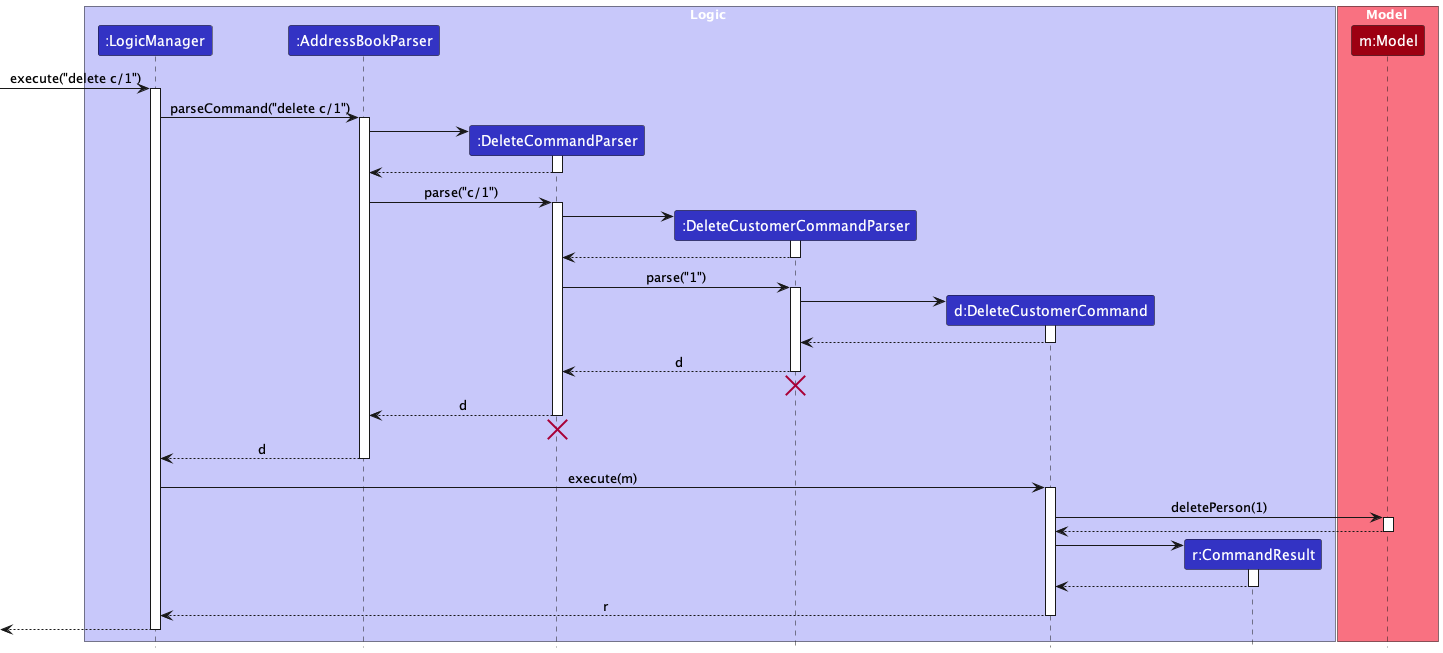
Above: docs/images/DeleteSequenceDiagram.png in bertrandong/tp (PlantUML), before the change.
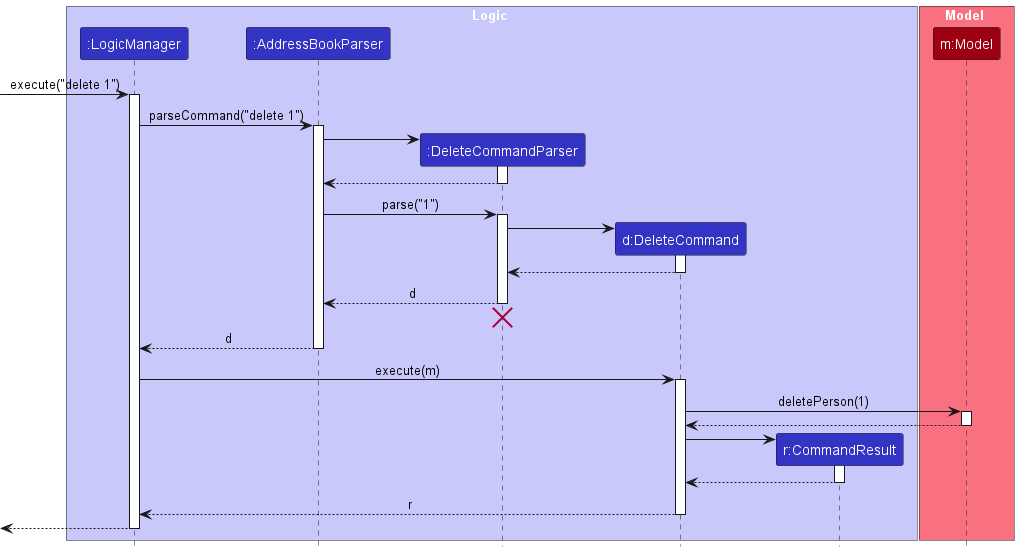
The same diagram one commit later.

Diff of the diagram source:
```diff
@@ -6,8 +6,7 @@
 participant ":LogicManager" as LogicManager LOGIC_COLOR
 participant ":AddressBookParser" as AddressBookParser LOGIC_COLOR
 participant ":DeleteCommandParser" as DeleteCommandParser LOGIC_COLOR
-participant ":DeleteCustomerCommandParser" as DeleteCustomerCommandParser LOGIC_COLOR
-participant "d:DeleteCustomerCommand" as DeleteCustomerCommand LOGIC_COLOR
+participant "d:DeleteCommand" as DeleteCommand LOGIC_COLOR
 participant "r:CommandResult" as CommandResult LOGIC_COLOR
 end box
 
@@ -15,10 +14,10 @@
 participant "m:Model" as Model MODEL_COLOR
 end box
 
-[-> LogicManager : execute("delete c/1")
+[-> LogicManager : execute("delete 1")
 activate LogicManager
 
-LogicManager -> AddressBookParser : parseCommand("delete c/1")
+LogicManager -> AddressBookParser : parseCommand("delete 1")
 activate AddressBookParser
 
 create DeleteCommandParser
@@ -28,30 +27,15 @@
 DeleteCommandParser --> AddressBookParser
 deactivate DeleteCommandParser
 
-AddressBookParser -> DeleteCommandParser : parse("c/1")
+AddressBookParser -> DeleteCommandParser : parse("1")
 activate DeleteCommandParser
 
-create DeleteCustomerCommandParser
-DeleteCommandParser -> DeleteCustomerCommandParser
-activate DeleteCustomerCommandParser
+create DeleteCommand
+DeleteCommandParser -> DeleteCommand
+activate DeleteCommand
 
-DeleteCustomerCommandParser --> DeleteCommandParser
-deactivate DeleteCustomerCommandParser
-
-DeleteCommandParser -> DeleteCustomerCommandParser : parse("1")
-activate DeleteCustomerCommandParser
-
-create DeleteCustomerCommand
-DeleteCustomerCommandParser -> DeleteCustomerCommand
-activate DeleteCustomerCommand
-
-DeleteCustomerCommand --> DeleteCustomerCommandParser :
-deactivate DeleteCustomerCommand
-
-DeleteCustomerCommandParser --> DeleteCommandParser : d
-deactivate DeleteCustomerCommandParser
-DeleteCustomerCommandParser -[hidden]-> DeleteCommandParser
-destroy DeleteCustomerCommandParser
+DeleteCommand --> DeleteCommandParser :
+deactivate DeleteCommand
 
 DeleteCommandParser --> AddressBookParser : d
 deactivate DeleteCommandParser
@@ -61,24 +45,24 @@
 AddressBookParser --> LogicManager : d
 deactivate AddressBookParser
 
-LogicManager -> DeleteCustomerCommand : execute(m)
-activate DeleteCustomerCommand
+LogicManager -> DeleteCommand : execute(m)
+activate DeleteCommand
 
-DeleteCustomerCommand -> Model : deletePerson(1)
+DeleteCommand -> Model : deletePerson(1)
 activate Model
 
-Model --> DeleteCustomerCommand
+Model --> DeleteCommand
 deactivate Model
 
 create CommandResult
-DeleteCustomerCommand -> CommandResult
+DeleteCommand -> CommandResult
 activate CommandResult
 
-CommandResult --> DeleteCustomerCommand
+CommandResult --> DeleteCommand
 deactivate CommandResult
 
-DeleteCustomerCommand --> LogicManager : r
-deactivate DeleteCustomerCommand
+DeleteCommand --> LogicManager : r
+deactivate DeleteCommand
 
 [<--LogicManager
 deactivate LogicManager
```
